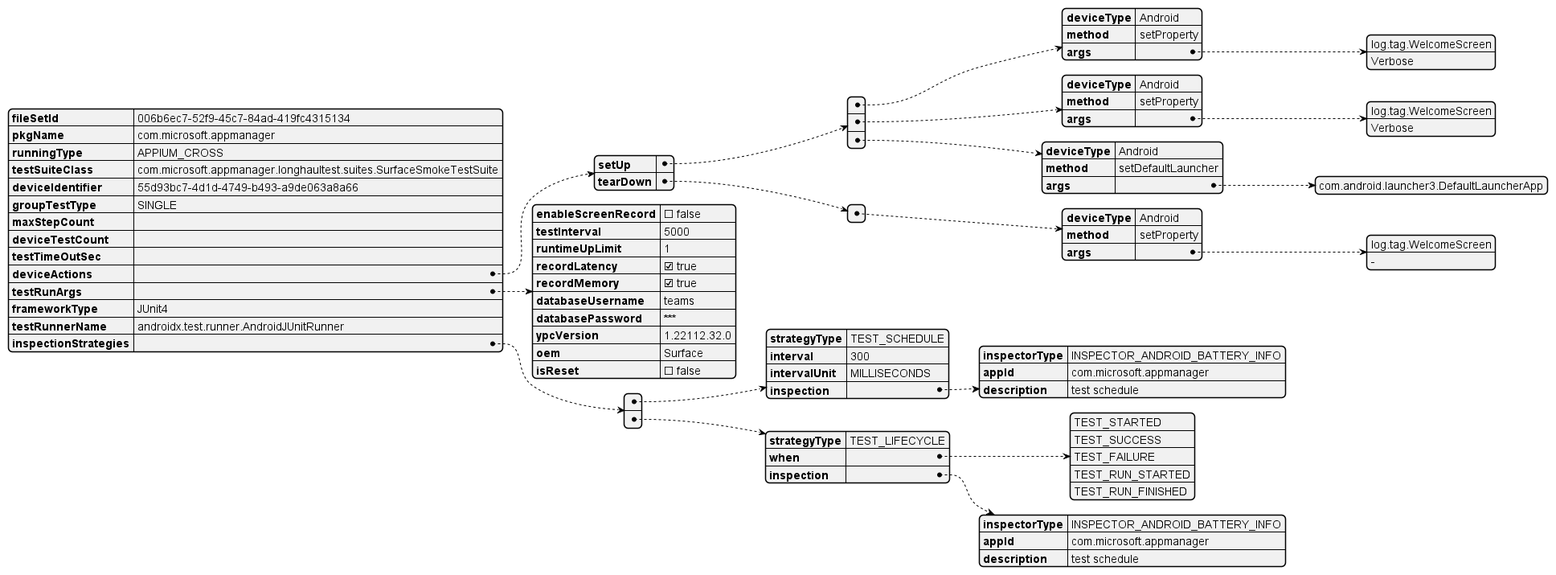
This is docs/images/UML/test_task_spec_design.png from microsoft/HydraLab, a PlantUML export, as it was before one commit.
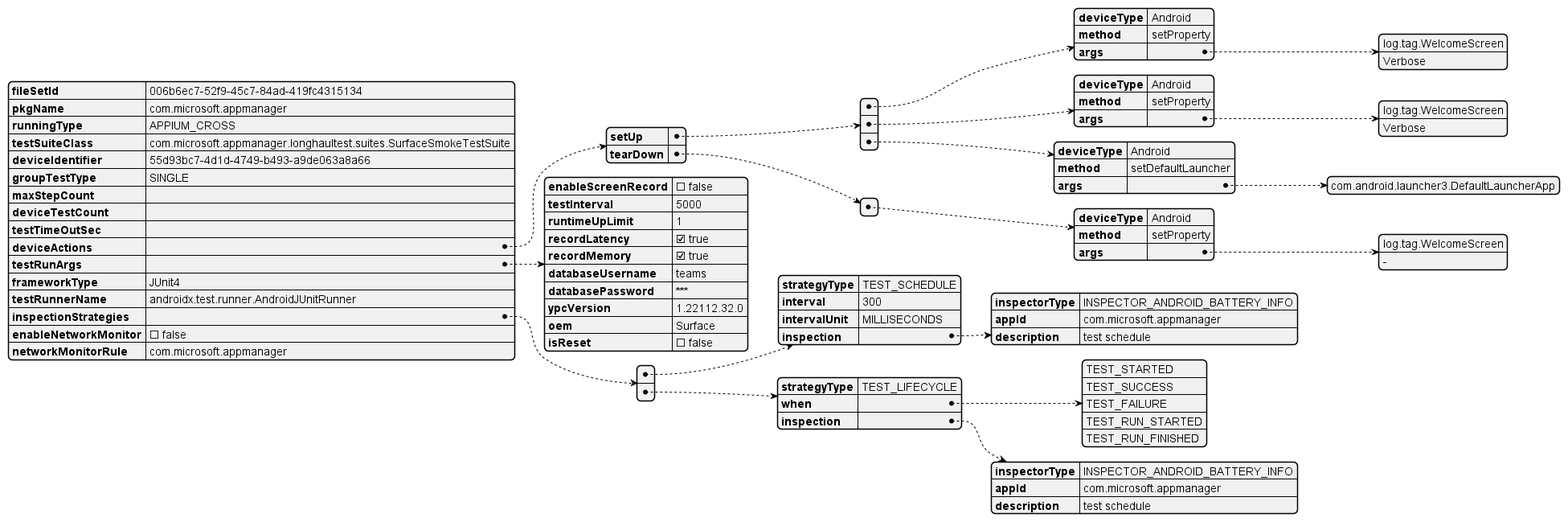
Later version of the same file.

What changed in the source:
```diff
@@ -71,6 +71,8 @@
                  "description": "test schedule"
              }
          }
-    ]
+    ],
+    "enableNetworkMonitor": false,
+    "networkMonitorRule": "com.microsoft.appmanager"
 }
 @endjson
```
